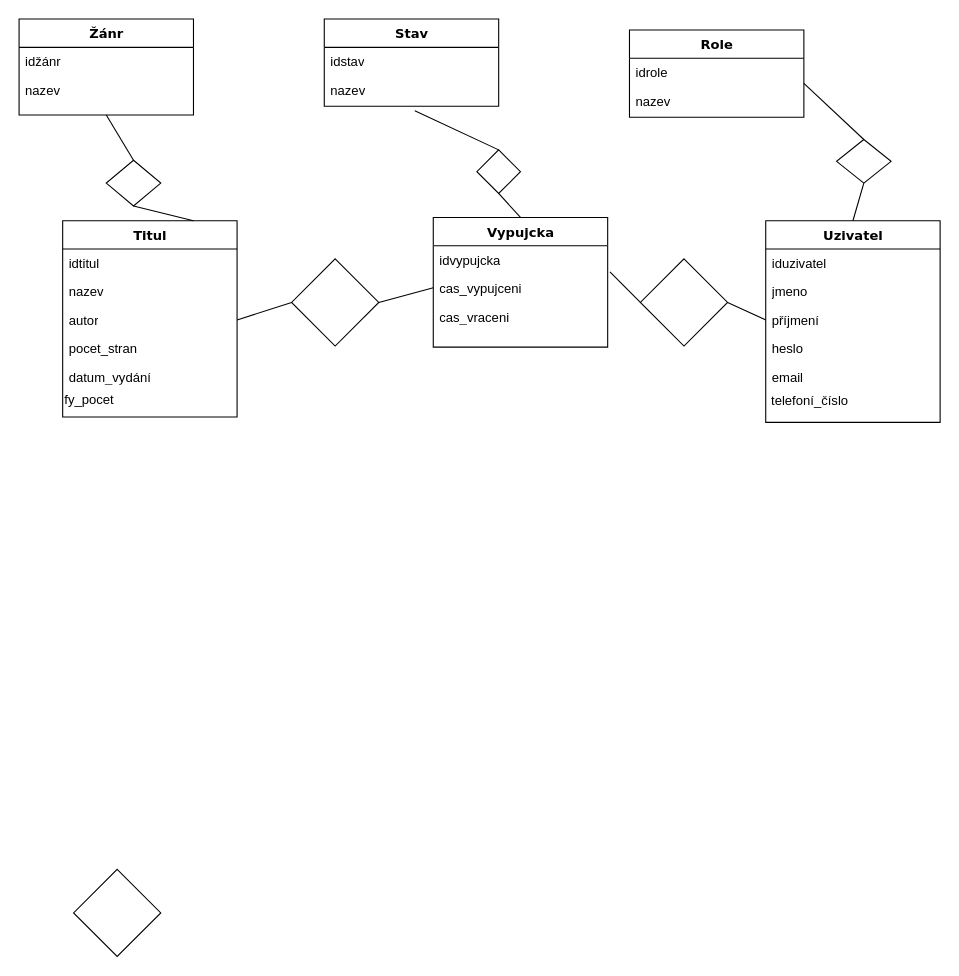
Ajjmaster/ZP---Berky-Kudrnac-Jirouch keeps this draw.io diagram as Konceptuální model databáze v1.1.drawio. Above is the earlier version. Source tidied: cells renumbered, new cells numbered last; positions are measured from the earlier drawing's top-left corner, leaving out a move shared by most shapes. Both pictures are drawn from the tidied source at 109%, with x=0, y=0 at pixel (19, 19).
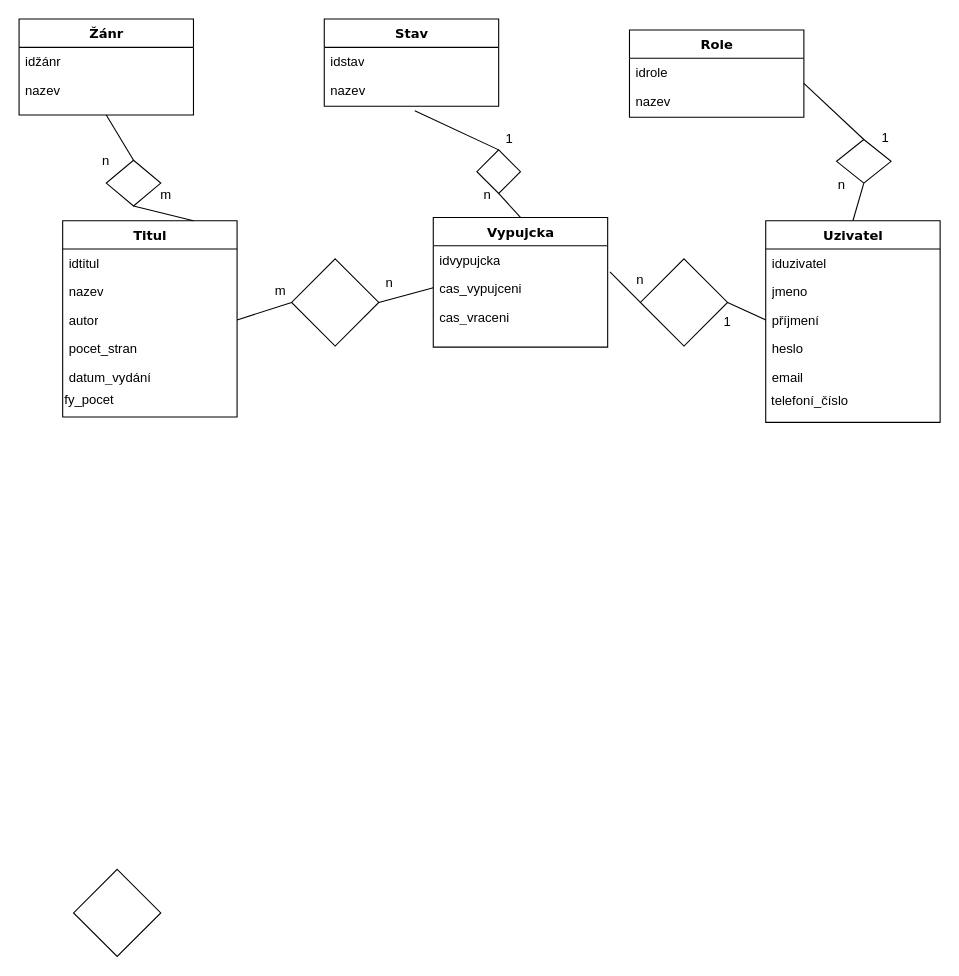
The same diagram, later.

Commit message:
Update Konceptuální model databáze v.Final?.drawio

Diff of the diagram source:
```diff
@@
+    <mxCell id="45" value="n" style="text;html=1;strokeColor=none;fillColor=none;align=center;verticalAlign=middle;whiteSpace=wrap;rounded=0;" parent="1" vertex="1">
+      <mxGeometry x="60" y="119.5" width="40" height="20" as="geometry" />
+    </mxCell>
+    <mxCell id="46" value="m" style="text;html=1;strokeColor=none;fillColor=none;align=center;verticalAlign=middle;whiteSpace=wrap;rounded=0;" parent="1" vertex="1">
+      <mxGeometry x="110" y="152" width="50" height="20" as="geometry" />
+    </mxCell>
+    <mxCell id="47" value="n" style="text;html=1;strokeColor=none;fillColor=none;align=center;verticalAlign=middle;whiteSpace=wrap;rounded=0;" parent="1" vertex="1">
+      <mxGeometry x="320" y="231.5" width="40" height="20" as="geometry" />
+    </mxCell>
+    <mxCell id="48" value="m" style="text;html=1;strokeColor=none;fillColor=none;align=center;verticalAlign=middle;whiteSpace=wrap;rounded=0;" parent="1" vertex="1">
+      <mxGeometry x="220" y="240" width="40" height="20" as="geometry" />
+    </mxCell>
+    <mxCell id="49" value="1" style="text;html=1;strokeColor=none;fillColor=none;align=center;verticalAlign=middle;whiteSpace=wrap;rounded=0;" parent="1" vertex="1">
+      <mxGeometry x="430" y="99.5" width="40" height="20" as="geometry" />
+    </mxCell>
+    <mxCell id="50" value="n" style="text;html=1;strokeColor=none;fillColor=none;align=center;verticalAlign=middle;whiteSpace=wrap;rounded=0;" parent="1" vertex="1">
+      <mxGeometry x="410" y="152" width="40" height="20" as="geometry" />
+    </mxCell>
+    <mxCell id="51" value="1" style="text;html=1;strokeColor=none;fillColor=none;align=center;verticalAlign=middle;whiteSpace=wrap;rounded=0;" parent="1" vertex="1">
+      <mxGeometry x="630" y="267.5" width="40" height="20" as="geometry" />
+    </mxCell>
+    <mxCell id="52" value="n" style="text;html=1;strokeColor=none;fillColor=none;align=center;verticalAlign=middle;whiteSpace=wrap;rounded=0;" parent="1" vertex="1">
+      <mxGeometry x="550" y="230" width="40" height="20" as="geometry" />
+    </mxCell>
+    <mxCell id="53" value="1" style="text;html=1;strokeColor=none;fillColor=none;align=center;verticalAlign=middle;whiteSpace=wrap;rounded=0;" parent="1" vertex="1">
+      <mxGeometry x="775" y="99" width="40" height="20" as="geometry" />
+    </mxCell>
+    <mxCell id="54" value="n" style="text;html=1;strokeColor=none;fillColor=none;align=center;verticalAlign=middle;whiteSpace=wrap;rounded=0;" parent="1" vertex="1">
+      <mxGeometry x="735" y="142" width="40" height="20" as="geometry" />
+    </mxCell>
```
